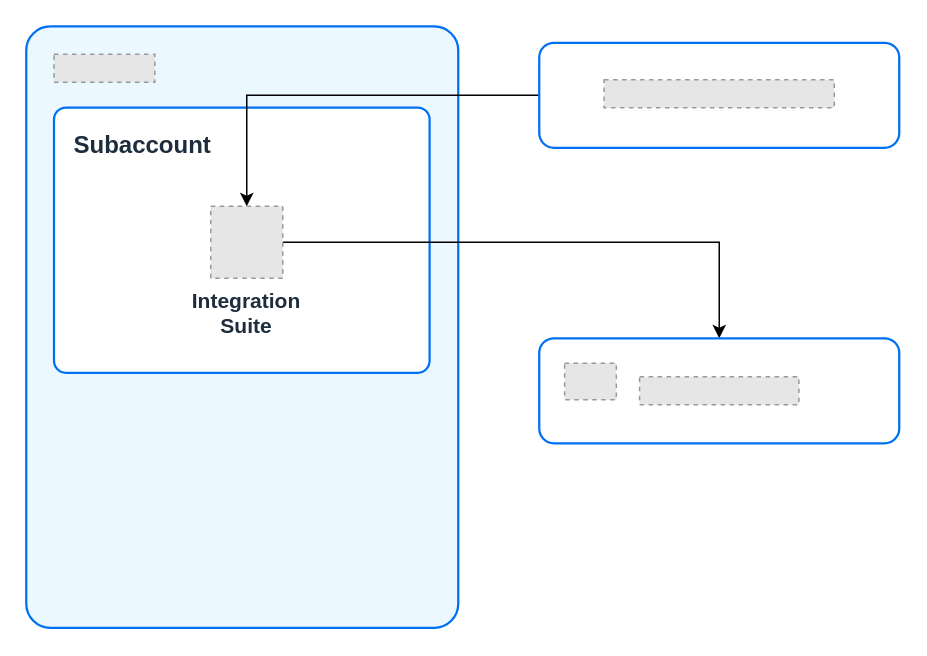
The draw.io diagram page "Case1" (1 of 5) of assets/editable-diagram-examples/SAP_Task_Center_L0.drawio in raniermonteiro/btp-solution-diagrams, before the edit. Source tidied: cells renumbered, new cells numbered last; positions are measured from the earlier drawing's top-left corner, leaving out a move shared by most shapes. Both pictures are drawn from the tidied source at 150%, with x=0, y=0 at pixel (26, 26). Pictures stored in the file or linked from it are replaced by grey dashed boxes.
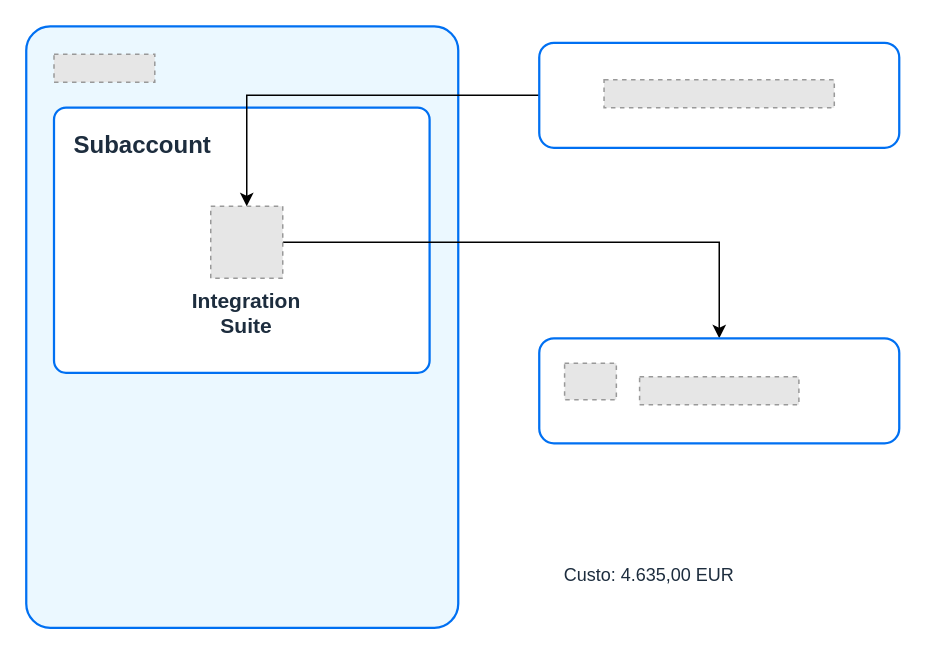
After the change.

The edit, as a diff of the source:
```diff
@@
 <mxGraphModel>
   <root>
     <mxCell id="0" />
     <mxCell id="1" parent="0" />
     <mxCell id="2" style="rounded=1;whiteSpace=wrap;html=1;strokeColor=#0070F2;fillColor=#EBF8FF;arcSize=32;absoluteArcSize=1;imageWidth=64;imageHeight=64;strokeWidth=1.5;" parent="1" vertex="1">
       <mxGeometry y="0.1" width="288" height="400.9" as="geometry" />
     </mxCell>
     <mxCell id="3" style="rounded=1;whiteSpace=wrap;html=1;strokeColor=#0070F2;strokeWidth=1.5;arcSize=16;fillColor=#FFFFFF;perimeterSpacing=0;absoluteArcSize=1;" parent="1" vertex="1">
       <mxGeometry x="18.5" y="54.2" width="250.4" height="176.8" as="geometry" />
     </mxCell>
     <mxCell id="4" style="fillColor=#E6E6E6;strokeColor=#999999;dashed=1;verticalLabelPosition=bottom;labelBackgroundColor=default;verticalAlign=top;" parent="1" vertex="1">
       <mxGeometry x="18.5" y="18.7" width="67.2" height="18.6" as="geometry" />
     </mxCell>
     <mxCell id="5" value="&lt;font face=&quot;arial&quot; style=&quot;font-size: 16px;&quot;&gt;&lt;b style=&quot;font-size: 16px;&quot;&gt;Subaccount&lt;/b&gt;&lt;/font&gt;" style="text;html=1;align=left;verticalAlign=middle;strokeColor=none;fillColor=none;fontSize=12;fontColor=#1d2d3e;fontFamily=Helvetica;" parent="1" vertex="1">
       <mxGeometry x="30" y="64.3" width="120" height="30" as="geometry" />
     </mxCell>
     <mxCell id="6" style="edgeStyle=orthogonalEdgeStyle;rounded=0;jettySize=auto;html=1;" parent="1" edge="1" source="7" target="10">
       <mxGeometry relative="1" as="geometry" />
     </mxCell>
     <mxCell id="7" style="fillColor=#E6E6E6;strokeColor=#999999;dashed=1;verticalLabelPosition=bottom;labelBackgroundColor=default;verticalAlign=top;" parent="1" vertex="1">
       <mxGeometry x="123" y="120" width="48" height="48" as="geometry" />
     </mxCell>
     <mxCell id="8" value="&lt;font color=&quot;#1d2d3e&quot; size=&quot;1&quot; face=&quot;arial&quot; style=&quot;&quot;&gt;&lt;b style=&quot;font-size: 14px;&quot;&gt;Integration Suite&lt;br&gt;&lt;/b&gt;&lt;/font&gt;" style="text;html=1;align=center;verticalAlign=top;strokeColor=none;fillColor=none;fontSize=12;fontColor=default;fontFamily=Helvetica;fixedWidth=1;imageWidth=24;whiteSpace=wrap;labelBackgroundColor=none;" parent="1" vertex="1">
       <mxGeometry x="92" y="168" width="110" height="46" as="geometry" />
     </mxCell>
     <mxCell id="9" style="group;" parent="1" vertex="1">
       <mxGeometry x="342" y="208" width="240" height="70" as="geometry" />
     </mxCell>
     <mxCell id="10" style="rounded=1;whiteSpace=wrap;html=1;strokeColor=#0070F2;strokeWidth=1.5;arcSize=14;fillColor=#FFFFFF;perimeterSpacing=0;" parent="9" vertex="1">
       <mxGeometry width="240" height="70" as="geometry" />
     </mxCell>
     <mxCell id="11" style="fillColor=#E6E6E6;strokeColor=#999999;dashed=1;verticalLabelPosition=bottom;labelBackgroundColor=default;verticalAlign=top;" parent="9" vertex="1">
       <mxGeometry x="16.9" y="16.6" width="34.5" height="24.4" as="geometry" />
     </mxCell>
     <mxCell id="12" style="fillColor=#E6E6E6;strokeColor=#999999;dashed=1;verticalLabelPosition=bottom;labelBackgroundColor=default;verticalAlign=top;" parent="9" vertex="1">
       <mxGeometry x="66.9" y="25.7" width="106.2" height="18.6" as="geometry" />
     </mxCell>
     <mxCell id="13" style="edgeStyle=orthogonalEdgeStyle;rounded=0;jettySize=auto;html=1;" parent="1" edge="1" source="14" target="7">
       <mxGeometry relative="1" as="geometry" />
     </mxCell>
     <mxCell id="14" style="rounded=1;whiteSpace=wrap;html=1;strokeColor=#0070F2;strokeWidth=1.5;arcSize=14;fillColor=#FFFFFF;perimeterSpacing=0;" parent="1" vertex="1">
       <mxGeometry x="342" y="11" width="240" height="70" as="geometry" />
     </mxCell>
     <mxCell id="15" style="fillColor=#E6E6E6;strokeColor=#999999;dashed=1;verticalLabelPosition=bottom;labelBackgroundColor=default;verticalAlign=top;" parent="1" vertex="1">
       <mxGeometry x="385.2" y="35.7" width="153.5" height="18.6" as="geometry" />
     </mxCell>
+    <mxCell id="16" value="&lt;font size=&quot;1&quot; face=&quot;arial&quot; style=&quot;&quot;&gt;&lt;span style=&quot;font-size: 12px;&quot;&gt;Custo: 4.635,00 EUR&lt;/span&gt;&lt;/font&gt;" style="text;html=1;align=center;verticalAlign=middle;strokeColor=none;fillColor=none;fontSize=12;fontColor=#1D2D3E;fontFamily=Helvetica;" parent="1" vertex="1">
+      <mxGeometry x="345.2" y="351" width="140" height="30" as="geometry" />
+    </mxCell>
   </root>
 </mxGraphModel>
```
